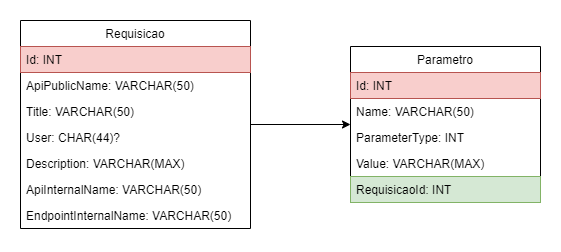
This is Documentacao/Requisicoes/Requisicoes - Diagrama de Banco de Dados.png from BrunoViotto18/ETS-Hub, a draw.io export, as it was before one commit. Source tidied: cells renumbered, new cells last; positions are measured from the earlier drawing's top-left corner, leaving out a move shared by most shapes. Source of this version:
```xml
<mxGraphModel>
  <root>
    <mxCell id="0" />
    <mxCell id="1" parent="0" />
    <mxCell id="2" value="Requisicao" style="swimlane;fontStyle=0;horizontal=1;startSize=26;fillColor=none;" parent="1" vertex="1">
      <mxGeometry width="230" height="208" as="geometry" />
    </mxCell>
    <mxCell id="3" value="Id: INT" style="text;strokeColor=#b85450;fillColor=#f8cecc;align=left;verticalAlign=top;spacingLeft=4;spacingRight=4;overflow=hidden;" parent="2" vertex="1">
      <mxGeometry y="26" width="230" height="26" as="geometry" />
    </mxCell>
    <mxCell id="4" value="ApiPublicName: VARCHAR(50)" style="text;strokeColor=none;fillColor=none;align=left;verticalAlign=top;spacingLeft=4;spacingRight=4;overflow=hidden;" parent="2" vertex="1">
      <mxGeometry y="52" width="230" height="26" as="geometry" />
    </mxCell>
    <mxCell id="5" value="Title: VARCHAR(50)" style="text;strokeColor=none;fillColor=none;align=left;verticalAlign=top;spacingLeft=4;spacingRight=4;overflow=hidden;" parent="2" vertex="1">
      <mxGeometry y="78" width="230" height="26" as="geometry" />
    </mxCell>
    <mxCell id="6" value="User: CHAR(44)?" style="text;strokeColor=none;fillColor=none;align=left;verticalAlign=top;spacingLeft=4;spacingRight=4;overflow=hidden;" parent="2" vertex="1">
      <mxGeometry y="104" width="230" height="26" as="geometry" />
    </mxCell>
    <mxCell id="7" value="Description: VARCHAR(MAX)" style="text;strokeColor=none;fillColor=none;align=left;verticalAlign=top;spacingLeft=4;spacingRight=4;overflow=hidden;" parent="2" vertex="1">
      <mxGeometry y="130" width="230" height="26" as="geometry" />
    </mxCell>
    <mxCell id="8" value="ApiInternalName: VARCHAR(50)" style="text;strokeColor=none;fillColor=none;align=left;verticalAlign=top;spacingLeft=4;spacingRight=4;overflow=hidden;" parent="2" vertex="1">
      <mxGeometry y="156" width="230" height="26" as="geometry" />
    </mxCell>
    <mxCell id="9" value="EndpointInternalName: VARCHAR(50)" style="text;strokeColor=none;fillColor=none;align=left;verticalAlign=top;spacingLeft=4;spacingRight=4;overflow=hidden;" parent="2" vertex="1">
      <mxGeometry y="182" width="230" height="26" as="geometry" />
    </mxCell>
    <mxCell id="10" style="edgeStyle=orthogonalEdgeStyle;rounded=0;jettySize=auto;html=1;endArrow=none;endFill=0;startArrow=classic;startFill=1;" parent="1" edge="1" source="11" target="2">
      <mxGeometry relative="1" as="geometry" />
    </mxCell>
    <mxCell id="11" value="Parametro" style="swimlane;fontStyle=0;horizontal=1;startSize=26;fillColor=none;" parent="1" vertex="1">
      <mxGeometry x="330" y="26" width="190" height="156" as="geometry" />
    </mxCell>
    <mxCell id="12" value="Id: INT" style="text;strokeColor=#b85450;fillColor=#f8cecc;align=left;verticalAlign=top;spacingLeft=4;spacingRight=4;overflow=hidden;" parent="11" vertex="1">
      <mxGeometry y="26" width="190" height="26" as="geometry" />
    </mxCell>
    <mxCell id="13" value="Name: VARCHAR(50)" style="text;strokeColor=none;fillColor=none;align=left;verticalAlign=top;spacingLeft=4;spacingRight=4;overflow=hidden;" parent="11" vertex="1">
      <mxGeometry y="52" width="190" height="26" as="geometry" />
    </mxCell>
    <mxCell id="14" value="ParameterType: INT" style="text;strokeColor=none;fillColor=none;align=left;verticalAlign=top;spacingLeft=4;spacingRight=4;overflow=hidden;" parent="11" vertex="1">
      <mxGeometry y="78" width="190" height="26" as="geometry" />
    </mxCell>
    <mxCell id="15" value="Value: VARCHAR(MAX)" style="text;strokeColor=none;fillColor=none;align=left;verticalAlign=top;spacingLeft=4;spacingRight=4;overflow=hidden;" parent="11" vertex="1">
      <mxGeometry y="104" width="190" height="26" as="geometry" />
    </mxCell>
    <mxCell id="16" value="RequisicaoId: INT" style="text;strokeColor=#82b366;fillColor=#d5e8d4;align=left;verticalAlign=top;spacingLeft=4;spacingRight=4;overflow=hidden;" parent="11" vertex="1">
      <mxGeometry y="130" width="190" height="26" as="geometry" />
    </mxCell>
  </root>
</mxGraphModel>
```
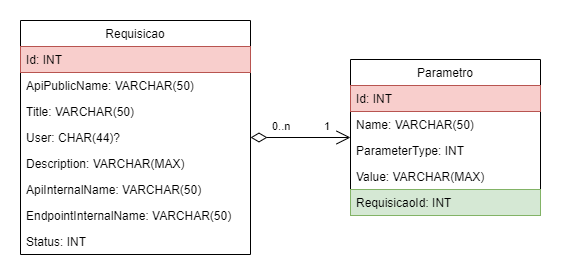
After the commit.

What changed in the source:
```diff
@@ -3,7 +3,7 @@
     <mxCell id="0" />
     <mxCell id="1" parent="0" />
     <mxCell id="2" value="Requisicao" style="swimlane;fontStyle=0;horizontal=1;startSize=26;fillColor=none;" parent="1" vertex="1">
-      <mxGeometry width="230" height="208" as="geometry" />
+      <mxGeometry y="-13" width="230" height="234" as="geometry" />
     </mxCell>
     <mxCell id="3" value="Id: INT" style="text;strokeColor=#b85450;fillColor=#f8cecc;align=left;verticalAlign=top;spacingLeft=4;spacingRight=4;overflow=hidden;" parent="2" vertex="1">
       <mxGeometry y="26" width="230" height="26" as="geometry" />
@@ -26,9 +26,9 @@
     <mxCell id="9" value="EndpointInternalName: VARCHAR(50)" style="text;strokeColor=none;fillColor=none;align=left;verticalAlign=top;spacingLeft=4;spacingRight=4;overflow=hidden;" parent="2" vertex="1">
       <mxGeometry y="182" width="230" height="26" as="geometry" />
     </mxCell>
-    <mxCell id="10" style="edgeStyle=orthogonalEdgeStyle;rounded=0;jettySize=auto;html=1;endArrow=none;endFill=0;startArrow=classic;startFill=1;" parent="1" edge="1" source="11" target="2">
-      <mxGeometry relative="1" as="geometry" />
-    </mxCell>
+    <mxCell id="17" value="Status: INT" style="text;strokeColor=none;fillColor=none;align=left;verticalAlign=top;spacingLeft=4;spacingRight=4;overflow=hidden;" parent="2" vertex="1">
+      <mxGeometry y="208" width="230" height="26" as="geometry" />
+    </mxCell>
     <mxCell id="11" value="Parametro" style="swimlane;fontStyle=0;horizontal=1;startSize=26;fillColor=none;" parent="1" vertex="1">
       <mxGeometry x="330" y="26" width="190" height="156" as="geometry" />
     </mxCell>
@@ -47,5 +47,18 @@
     <mxCell id="16" value="RequisicaoId: INT" style="text;strokeColor=#82b366;fillColor=#d5e8d4;align=left;verticalAlign=top;spacingLeft=4;spacingRight=4;overflow=hidden;" parent="11" vertex="1">
       <mxGeometry y="130" width="190" height="26" as="geometry" />
     </mxCell>
+    <mxCell id="18" style="endArrow=open;html=1;endSize=12;startArrow=diamondThin;startSize=14;startFill=0;edgeStyle=orthogonalEdgeStyle;rounded=0;" parent="1" edge="1" source="2" target="11">
+      <mxGeometry relative="1" as="geometry" />
+    </mxCell>
+    <mxCell id="19" value="0..n" style="edgeLabel;html=1;align=left;verticalAlign=top;" parent="18" vertex="1">
+      <mxGeometry x="-1" relative="1" as="geometry">
+        <mxPoint x="20" y="-24" as="offset" />
+      </mxGeometry>
+    </mxCell>
+    <mxCell id="20" value="1" style="edgeLabel;html=1;align=right;verticalAlign=top;" parent="18" vertex="1">
+      <mxGeometry x="1" relative="1" as="geometry">
+        <mxPoint x="-20" y="-24" as="offset" />
+      </mxGeometry>
+    </mxCell>
   </root>
 </mxGraphModel>
```
